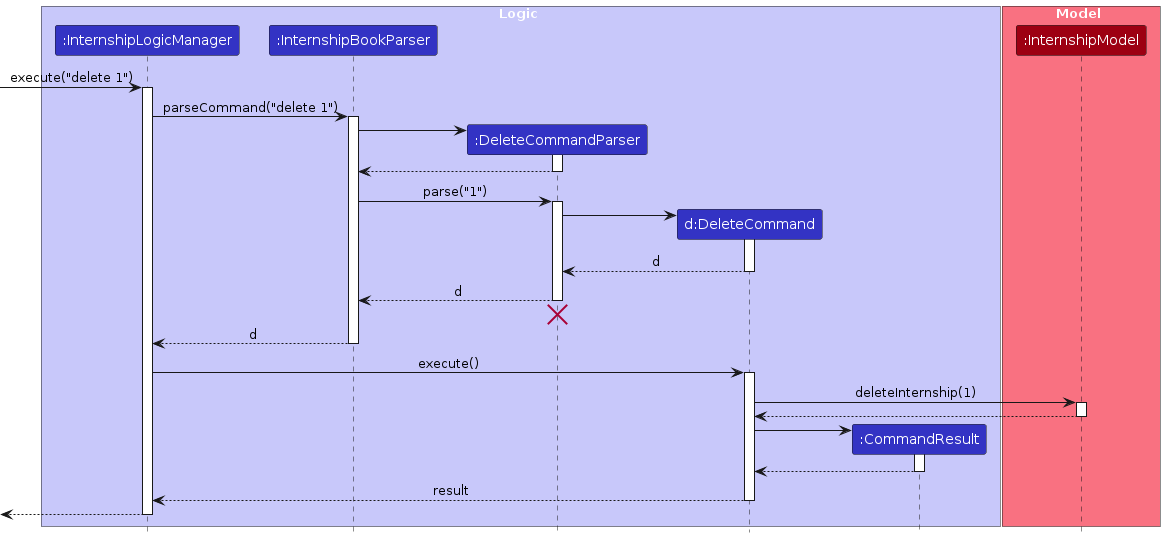
Earlier version of the PlantUML export diagrams/DeleteSequenceDiagram.png (AY2324S1-CS2103T-W17-1/tp). Its source is kept beside it as diagrams/DeleteSequenceDiagram.puml.
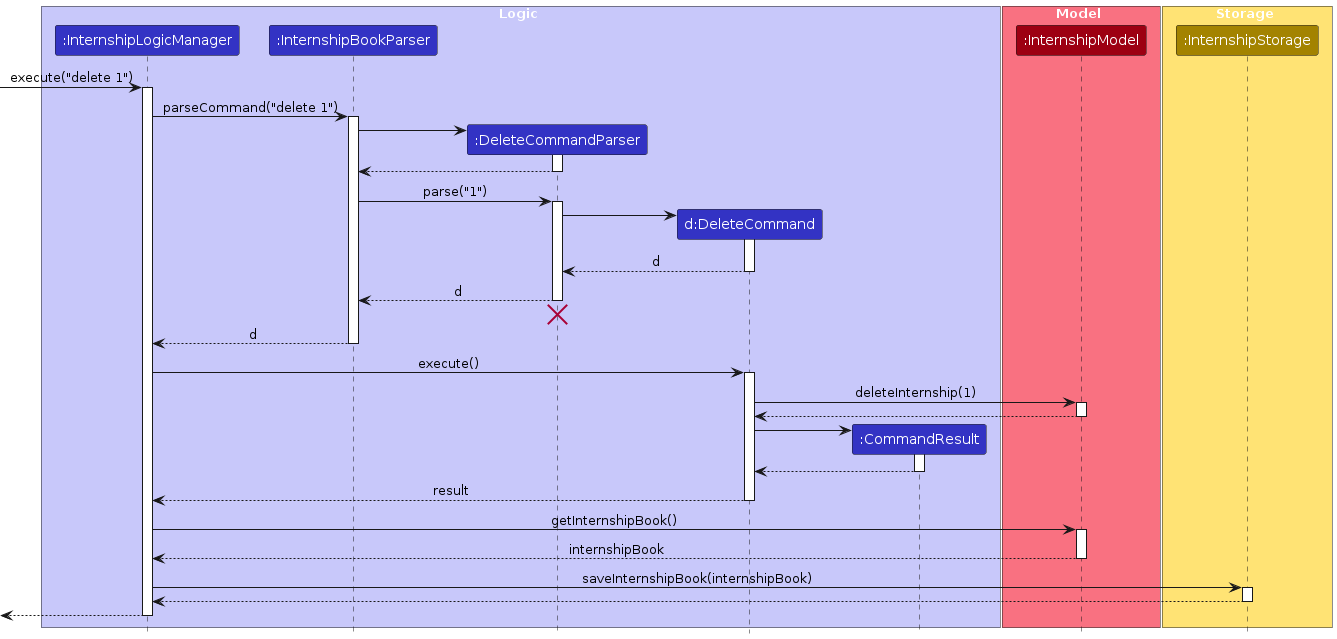
Above is the later version.

The edit, as a diff of the source:
```diff
@@ -12,6 +12,10 @@
 
 box Model MODEL_COLOR_T1
 participant ":InternshipModel" as Model MODEL_COLOR
+end box
+
+box Storage STORAGE_COLOR_T1
+participant ":InternshipStorage" as Storage STORAGE_COLOR
 end box
 
 [-> InternshipLogicManager : execute("delete 1")
@@ -63,6 +67,18 @@
 DeleteCommand --> InternshipLogicManager : result
 deactivate DeleteCommand
 
+InternshipLogicManager -> Model : getInternshipBook()
+activate Model
+
+Model --> InternshipLogicManager : internshipBook
+deactivate Model
+
+InternshipLogicManager -> Storage : saveInternshipBook(internshipBook)
+activate Storage
+
+Storage --> InternshipLogicManager
+deactivate Storage
+
 [<--InternshipLogicManager
 deactivate InternshipLogicManager
 @enduml
```
